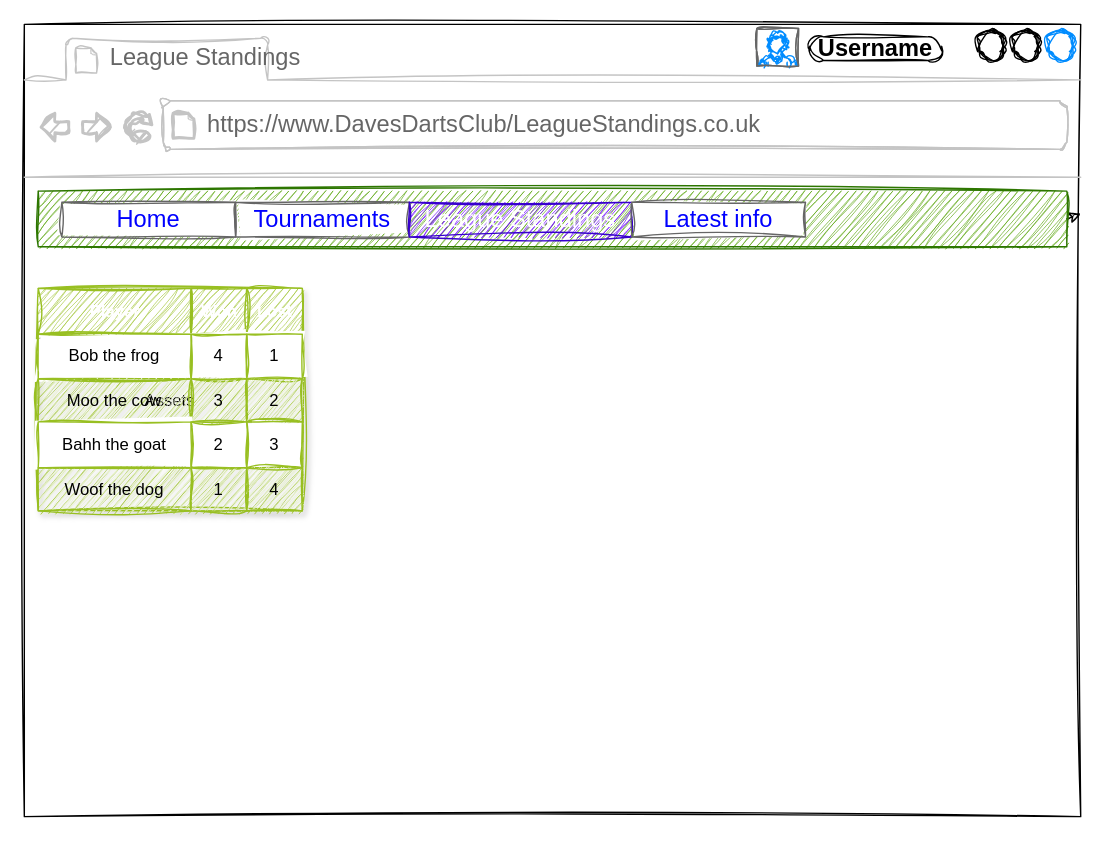
The draw.io diagram page "League Standings" (3 of 5) of docs/Design.drawio in davechampion-dev/DavesDartsClub, before the edit. Source tidied: cells renumbered, new cells numbered last; positions are measured from the earlier drawing's top-left corner, leaving out a move shared by most shapes. Both pictures are drawn from the tidied source at 139%, with x=0, y=0 at pixel (24, 24).
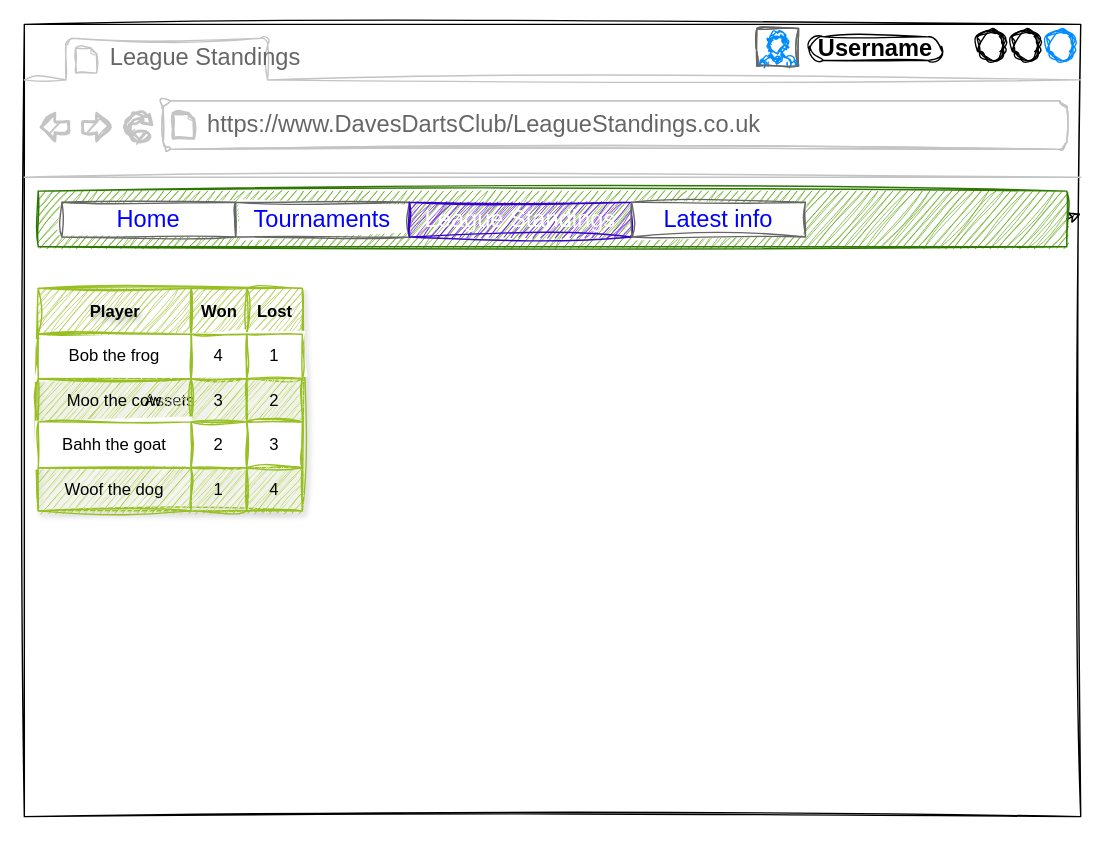
After the change.

The change refers to these unchanged cells:
```xml
<mxCell id="15" style="shape=tableRow;horizontal=0;startSize=0;swimlaneHead=0;swimlaneBody=0;top=0;left=0;bottom=0;right=0;fontStyle=0;strokeColor=inherit;fillColor=#ffffff;sketch=1;curveFitting=1;jiggle=2;" parent="14" vertex="1">
  <mxGeometry width="190" height="33" as="geometry" />
</mxCell>
```

What changed in the source:
```diff
@@
-    <mxCell id="16" value="Player" style="strokeColor=inherit;fillColor=#A7C942;align=center;fontStyle=1;fontColor=light-dark(#FFFFFF, #f5ebeb);html=1;sketch=1;curveFitting=1;jiggle=2;" parent="15" vertex="1">
+    <mxCell id="16" value="Player" style="strokeColor=inherit;fillColor=#A7C942;align=center;fontStyle=1;fontColor=light-dark(#000000,#F5EBEB);html=1;sketch=1;curveFitting=1;jiggle=2;textShadow=1;" parent="15" vertex="1">
       <mxGeometry width="110" height="33" as="geometry" />
     </mxCell>
-    <mxCell id="17" value="Won" style="strokeColor=inherit;fillColor=#A7C942;align=center;fontStyle=1;fontColor=light-dark(#FFFFFF, #ede8e8);html=1;sketch=1;curveFitting=1;jiggle=2;" parent="15" vertex="1">
+    <mxCell id="17" value="Won" style="strokeColor=inherit;fillColor=#A7C942;align=center;fontStyle=1;fontColor=light-dark(#000000,#EDE8E8);html=1;sketch=1;curveFitting=1;jiggle=2;" parent="15" vertex="1">
       <mxGeometry x="110" width="40" height="33" as="geometry" />
     </mxCell>
-    <mxCell id="18" value="Lost" style="strokeColor=inherit;fillColor=#A7C942;align=center;fontStyle=1;fontColor=light-dark(#FFFFFF,#FFFFFF);html=1;sketch=1;curveFitting=1;jiggle=2;" parent="15" vertex="1">
+    <mxCell id="18" value="Lost" style="strokeColor=inherit;fillColor=#A7C942;align=center;fontStyle=1;fontColor=light-dark(#000000,#EDE8E8);html=1;sketch=1;curveFitting=1;jiggle=2;" parent="15" vertex="1">
       <mxGeometry x="150" width="40" height="33" as="geometry" />
     </mxCell>
```
